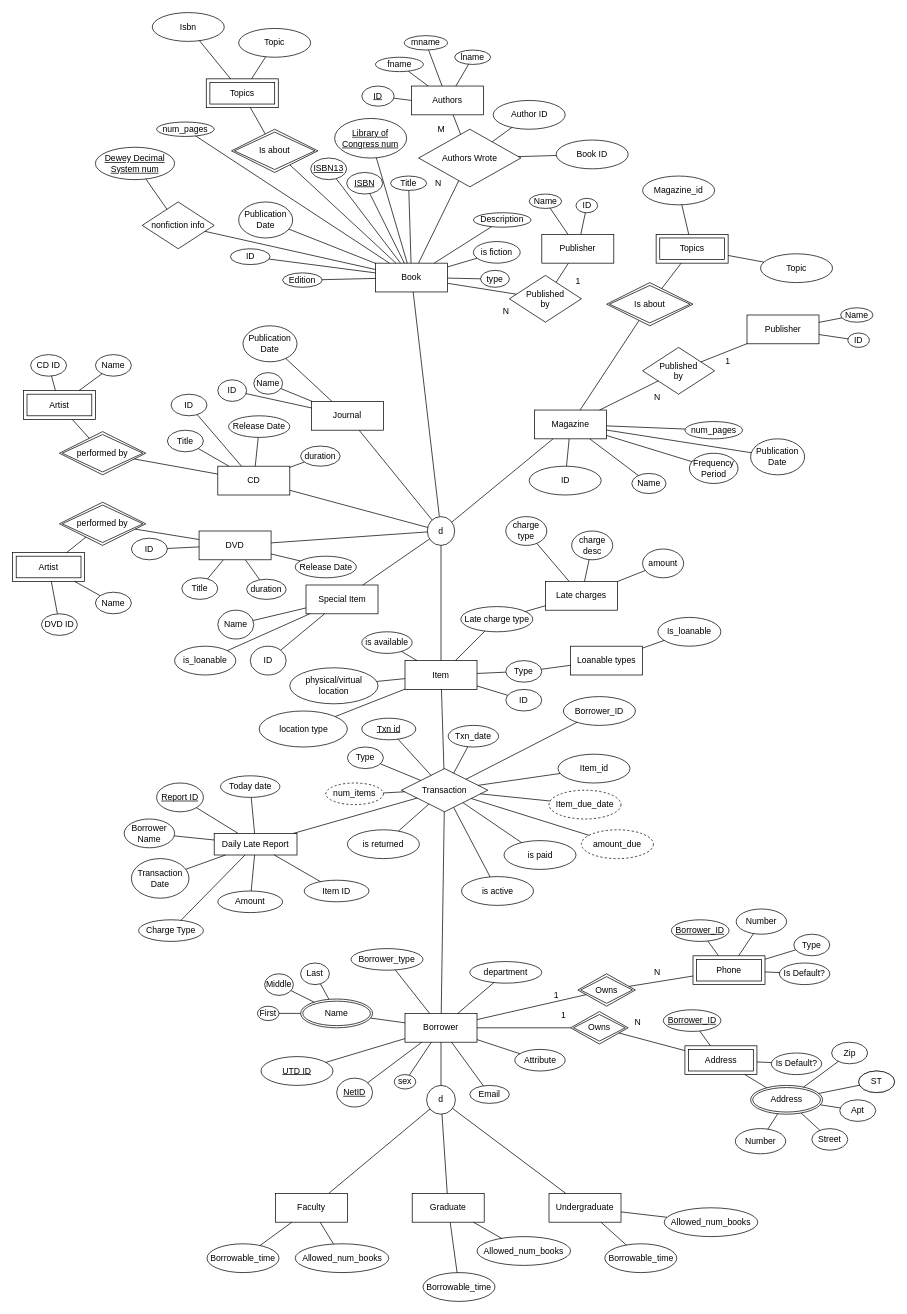
Before: library_er.drawio in camelCaseGuy/databaseDesignDrawing, a draw.io diagram. Source tidied: cells renumbered, new cells numbered last; positions are measured from the earlier drawing's top-left corner, leaving out a move shared by most shapes. Both pictures are drawn from the tidied source at 72%, with x=0, y=0 at pixel (12, 12).
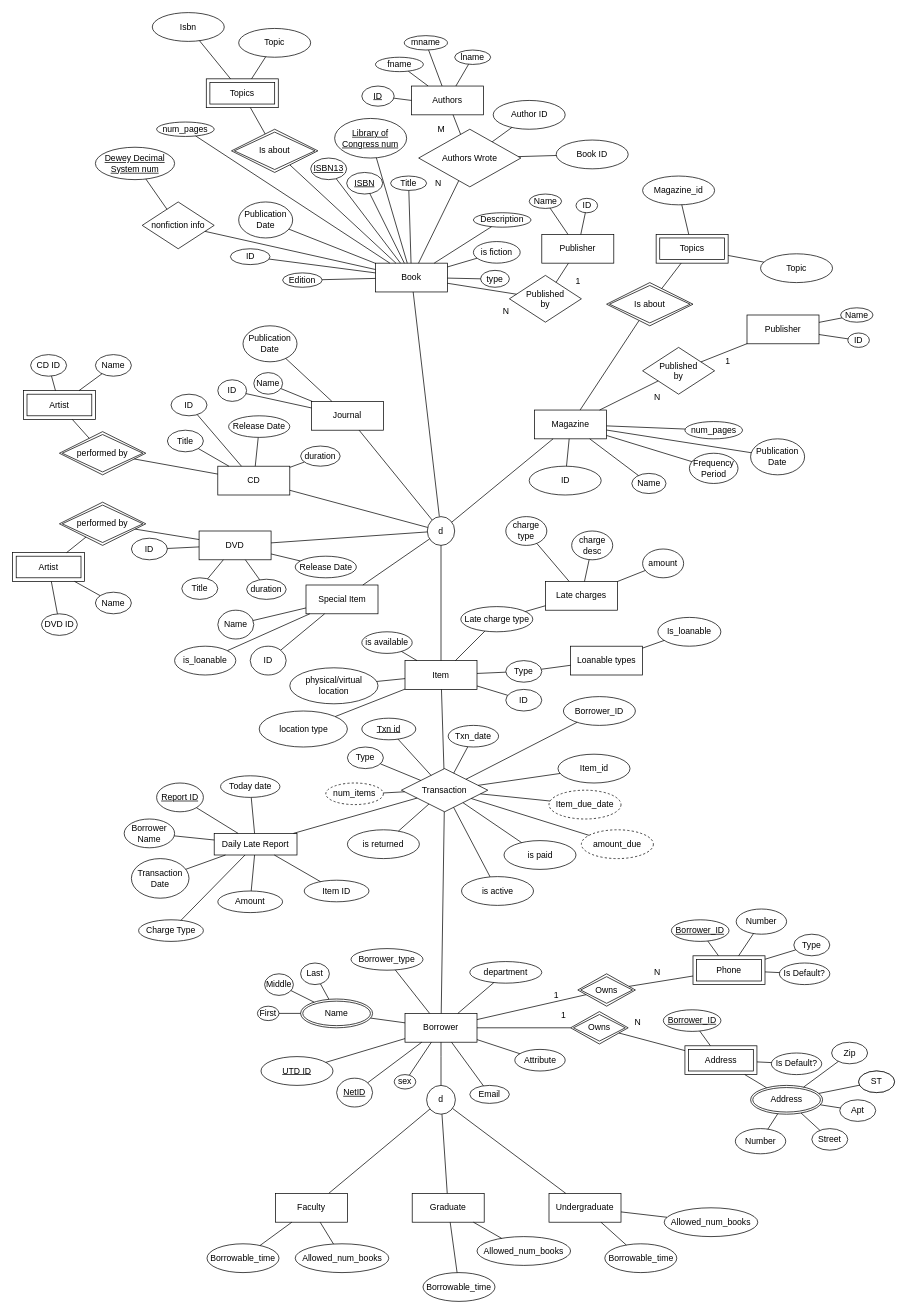
The same page after the edit.

Unchanged cells that the change refers to:
```xml
<mxCell id="3" value="Book" style="whiteSpace=wrap;html=1;align=center;" parent="1" vertex="1">
  <mxGeometry x="504" y="348" width="100" height="40" as="geometry" />
</mxCell>
<mxCell id="5" value="num_pages" style="ellipse;whiteSpace=wrap;html=1;align=center;" parent="1" vertex="1">
  <mxGeometry x="200" y="152" width="80" height="20" as="geometry" />
</mxCell>
```

The edit, as a diff of the source:
```diff
@@
-    <mxCell id="67" style="endArrow=none;html=1;rounded=0;" parent="1" edge="1" source="3" target="5">
-      <mxGeometry relative="1" as="geometry" />
+    <mxCell id="67" style="endArrow=none;html=1;rounded=0;" parent="1" edge="1" target="5">
+      <mxGeometry relative="1" as="geometry">
+        <mxPoint x="524" y="348" as="sourcePoint" />
+      </mxGeometry>
     </mxCell>
```
